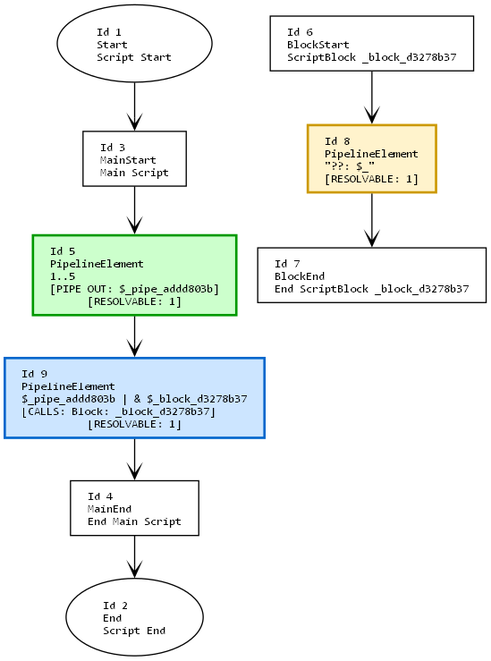
Earlier version of the Graphviz export in/in.png (mine41/deob). Its source is kept beside it as in/in.dot.
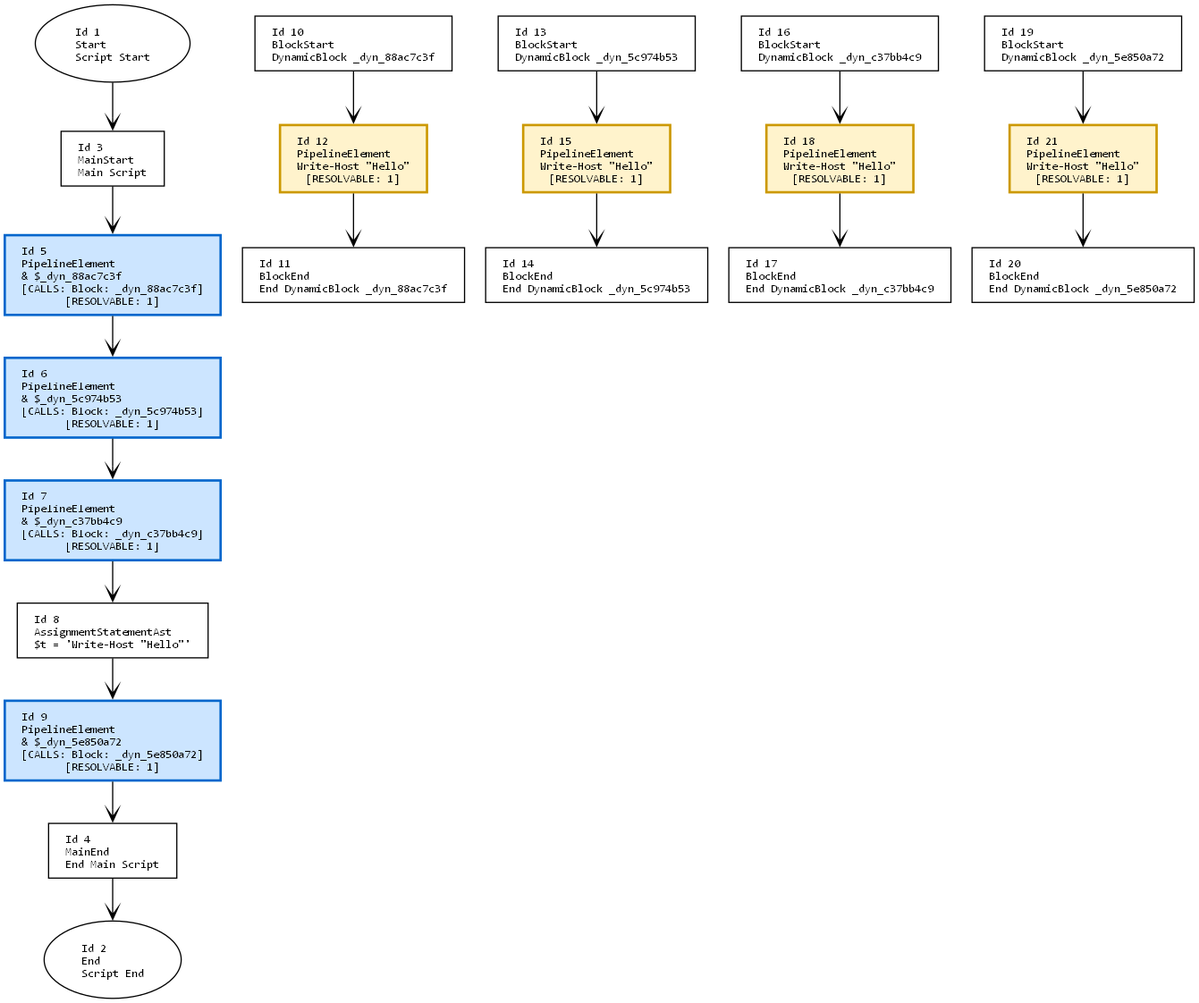
Above is the later version.

What changed in the source:
```diff
@@ -14,17 +14,38 @@
     2 [label="Id 2\lEnd\lScript End", shape=oval];
     3 [label="Id 3\lMainStart\lMain Script", shape=box];
     4 [label="Id 4\lMainEnd\lEnd Main Script", shape=box];
-    5 [label="Id 5\lPipelineElement\l1..5\l[PIPE OUT: $_pipe_addd803b]\l[RESOLVABLE: 1]", shape=box, style=filled, fillcolor="#ccffcc", color="#009900", penwidth=2];
-    6 [label="Id 6\lBlockStart\lScriptBlock _block_d3278b37", shape=box];
-    7 [label="Id 7\lBlockEnd\lEnd ScriptBlock _block_d3278b37", shape=box];
-    8 [label="Id 8\lPipelineElement\l\"??: $_\"\l[RESOLVABLE: 1]", shape=box, style=filled, fillcolor="#fff3cc", color="#cc9900", penwidth=2];
-    9 [label="Id 9\lPipelineElement\l$_pipe_addd803b | & $_block_d3278b37\l[CALLS: Block: _block_d3278b37]\l[RESOLVABLE: 1]", shape=box, style=filled, fillcolor="#cce5ff", color="#0066cc", penwidth=2];
+    5 [label="Id 5\lPipelineElement\l& $_dyn_88ac7c3f\l[CALLS: Block: _dyn_88ac7c3f]\l[RESOLVABLE: 1]", shape=box, style=filled, fillcolor="#cce5ff", color="#0066cc", penwidth=2];
+    6 [label="Id 6\lPipelineElement\l& $_dyn_5c974b53\l[CALLS: Block: _dyn_5c974b53]\l[RESOLVABLE: 1]", shape=box, style=filled, fillcolor="#cce5ff", color="#0066cc", penwidth=2];
+    7 [label="Id 7\lPipelineElement\l& $_dyn_c37bb4c9\l[CALLS: Block: _dyn_c37bb4c9]\l[RESOLVABLE: 1]", shape=box, style=filled, fillcolor="#cce5ff", color="#0066cc", penwidth=2];
+    8 [label="Id 8\lAssignmentStatementAst\l$t = 'Write-Host \"Hello\"'", shape=box];
+    9 [label="Id 9\lPipelineElement\l& $_dyn_5e850a72\l[CALLS: Block: _dyn_5e850a72]\l[RESOLVABLE: 1]", shape=box, style=filled, fillcolor="#cce5ff", color="#0066cc", penwidth=2];
+    10 [label="Id 10\lBlockStart\lDynamicBlock _dyn_88ac7c3f", shape=box];
+    11 [label="Id 11\lBlockEnd\lEnd DynamicBlock _dyn_88ac7c3f", shape=box];
+    12 [label="Id 12\lPipelineElement\lWrite-Host \"Hello\"\l[RESOLVABLE: 1]", shape=box, style=filled, fillcolor="#fff3cc", color="#cc9900", penwidth=2];
+    13 [label="Id 13\lBlockStart\lDynamicBlock _dyn_5c974b53", shape=box];
+    14 [label="Id 14\lBlockEnd\lEnd DynamicBlock _dyn_5c974b53", shape=box];
+    15 [label="Id 15\lPipelineElement\lWrite-Host \"Hello\"\l[RESOLVABLE: 1]", shape=box, style=filled, fillcolor="#fff3cc", color="#cc9900", penwidth=2];
+    16 [label="Id 16\lBlockStart\lDynamicBlock _dyn_c37bb4c9", shape=box];
+    17 [label="Id 17\lBlockEnd\lEnd DynamicBlock _dyn_c37bb4c9", shape=box];
+    18 [label="Id 18\lPipelineElement\lWrite-Host \"Hello\"\l[RESOLVABLE: 1]", shape=box, style=filled, fillcolor="#fff3cc", color="#cc9900", penwidth=2];
+    19 [label="Id 19\lBlockStart\lDynamicBlock _dyn_5e850a72", shape=box];
+    20 [label="Id 20\lBlockEnd\lEnd DynamicBlock _dyn_5e850a72", shape=box];
+    21 [label="Id 21\lPipelineElement\lWrite-Host \"Hello\"\l[RESOLVABLE: 1]", shape=box, style=filled, fillcolor="#fff3cc", color="#cc9900", penwidth=2];
 
     1 -> 3;
     3 -> 5;
-    6 -> 8;
-    8 -> 7;
-    5 -> 9;
+    5 -> 6;
+    6 -> 7;
+    7 -> 8;
+    8 -> 9;
     9 -> 4;
     4 -> 2;
+    10 -> 12;
+    12 -> 11;
+    13 -> 15;
+    15 -> 14;
+    16 -> 18;
+    18 -> 17;
+    19 -> 21;
+    21 -> 20;
 }
```
